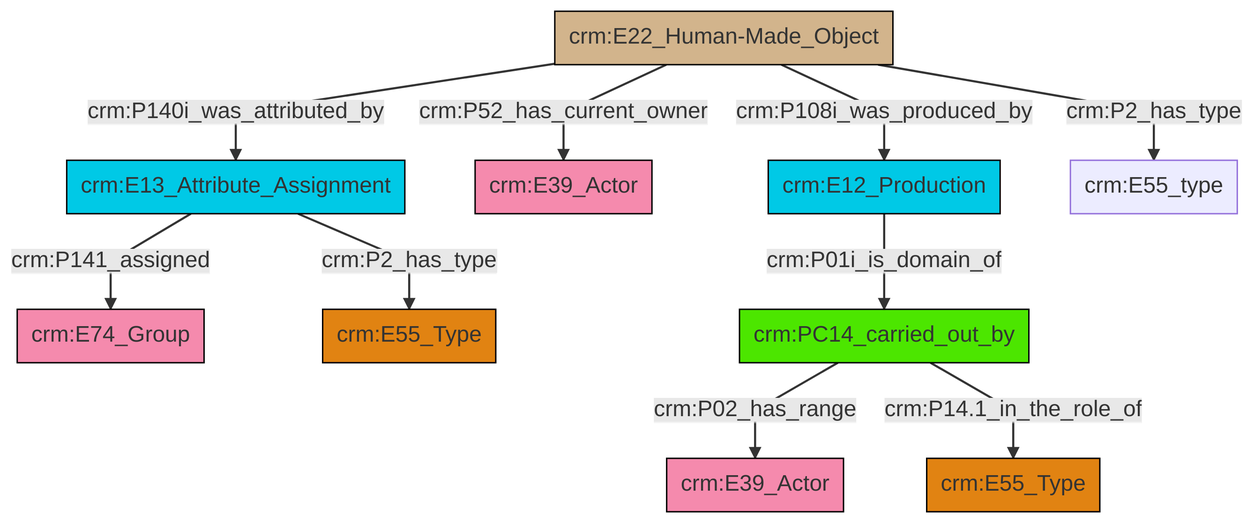
This is et/builtWorkCSV/ttl/mmd/png/Built_Work_actor_relations.png from swiss-art-research-net/docs.swissartresearch, a Mermaid export, as it was before one commit. Its source is kept beside it as et/builtWorkCSV/ttl/mmd/Built_Work_actor_relations.ttl.mmd.
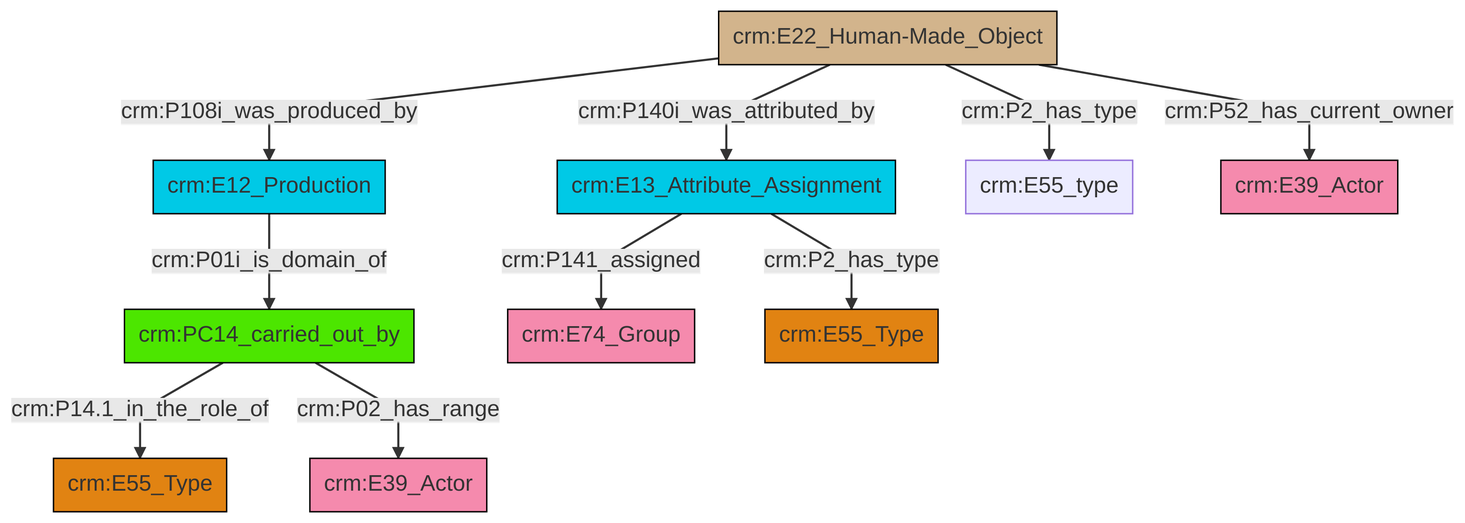
Later version of the same file.

What changed in the source:
```diff
@@ -13,12 +13,12 @@
 classDef PC_Classes fill:#4ce600, stroke:#000000;
 classDef Multi fill:#cccccc,stroke:#000000;
 
-2["crm:E22_Human-Made_Object"]:::Physical_Thing -->|crm:P140i_was_attributed_by| 3["crm:E13_Attribute_Assignment"]:::Temporal_Entity
-2["crm:E22_Human-Made_Object"]:::Physical_Thing -->|crm:P52_has_current_owner| 4["crm:E39_Actor"]:::Actor
-7["crm:E12_Production"]:::Temporal_Entity -->|crm:P01i_is_domain_of| 8["crm:PC14_carried_out_by"]:::PC_Classes
-3["crm:E13_Attribute_Assignment"]:::Temporal_Entity -->|crm:P141_assigned| 0["crm:E74_Group"]:::Actor
-3["crm:E13_Attribute_Assignment"]:::Temporal_Entity -->|crm:P2_has_type| 5["crm:E55_Type"]:::Type
-8["crm:PC14_carried_out_by"]:::PC_Classes -->|crm:P02_has_range| 12["crm:E39_Actor"]:::Actor
-8["crm:PC14_carried_out_by"]:::PC_Classes -->|crm:P14.1_in_the_role_of| 15["crm:E55_Type"]:::Type
-2["crm:E22_Human-Made_Object"]:::Physical_Thing -->|crm:P108i_was_produced_by| 7["crm:E12_Production"]:::Temporal_Entity
-2["crm:E22_Human-Made_Object"]:::Physical_Thing -->|crm:P2_has_type| 18["crm:E55_type"]:::Default
+0["crm:E22_Human-Made_Object"]:::Physical_Thing -->|crm:P108i_was_produced_by| 1["crm:E12_Production"]:::Temporal_Entity
+0["crm:E22_Human-Made_Object"]:::Physical_Thing -->|crm:P140i_was_attributed_by| 2["crm:E13_Attribute_Assignment"]:::Temporal_Entity
+2["crm:E13_Attribute_Assignment"]:::Temporal_Entity -->|crm:P141_assigned| 8["crm:E74_Group"]:::Actor
+9["crm:PC14_carried_out_by"]:::PC_Classes -->|crm:P14.1_in_the_role_of| 5["crm:E55_Type"]:::Type
+0["crm:E22_Human-Made_Object"]:::Physical_Thing -->|crm:P2_has_type| 12["crm:E55_type"]:::Default
+9["crm:PC14_carried_out_by"]:::PC_Classes -->|crm:P02_has_range| 13["crm:E39_Actor"]:::Actor
+0["crm:E22_Human-Made_Object"]:::Physical_Thing -->|crm:P52_has_current_owner| 14["crm:E39_Actor"]:::Actor
+1["crm:E12_Production"]:::Temporal_Entity -->|crm:P01i_is_domain_of| 9["crm:PC14_carried_out_by"]:::PC_Classes
+2["crm:E13_Attribute_Assignment"]:::Temporal_Entity -->|crm:P2_has_type| 10["crm:E55_Type"]:::Type
```
